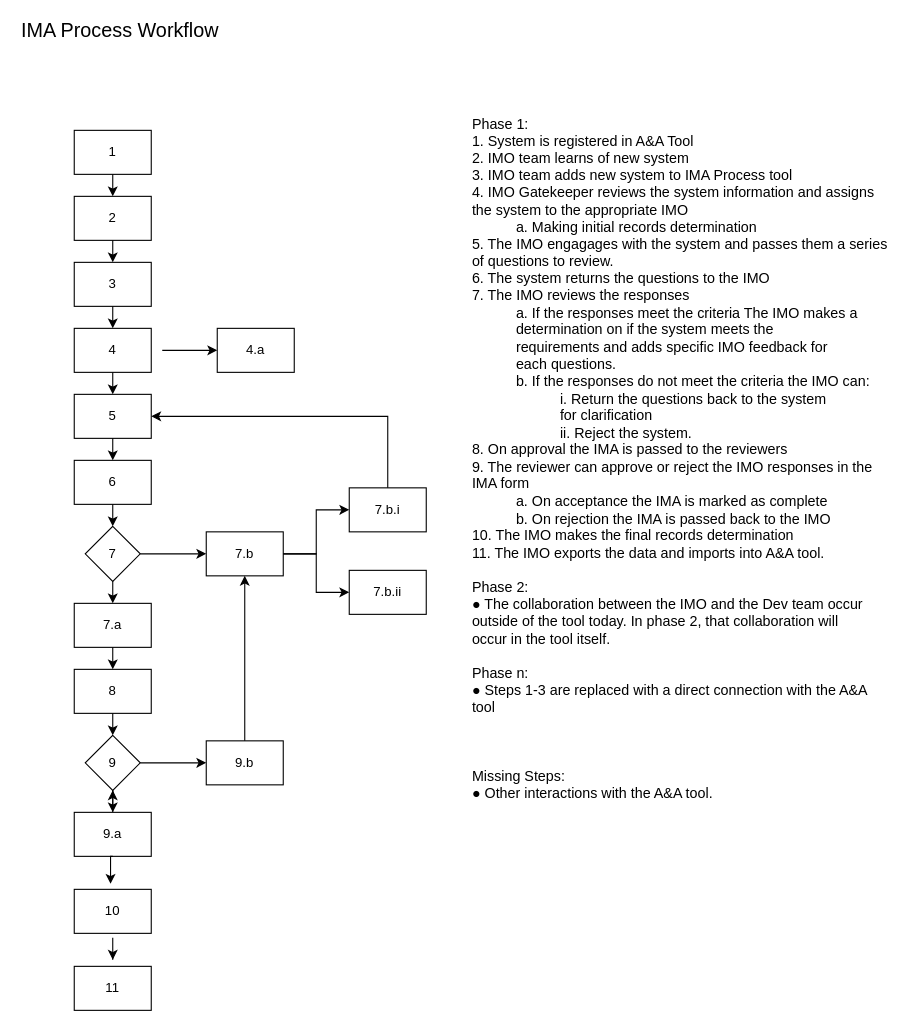
Earlier version of the draw.io diagram Drawings/IMA Process/IMA Process.drawio (flare891/rmslow). Source tidied: cells renumbered, new cells numbered last; positions are measured from the earlier drawing's top-left corner, leaving out a move shared by most shapes. Both pictures are drawn from the tidied source at 110%, with x=0, y=0 at pixel (19, 20).
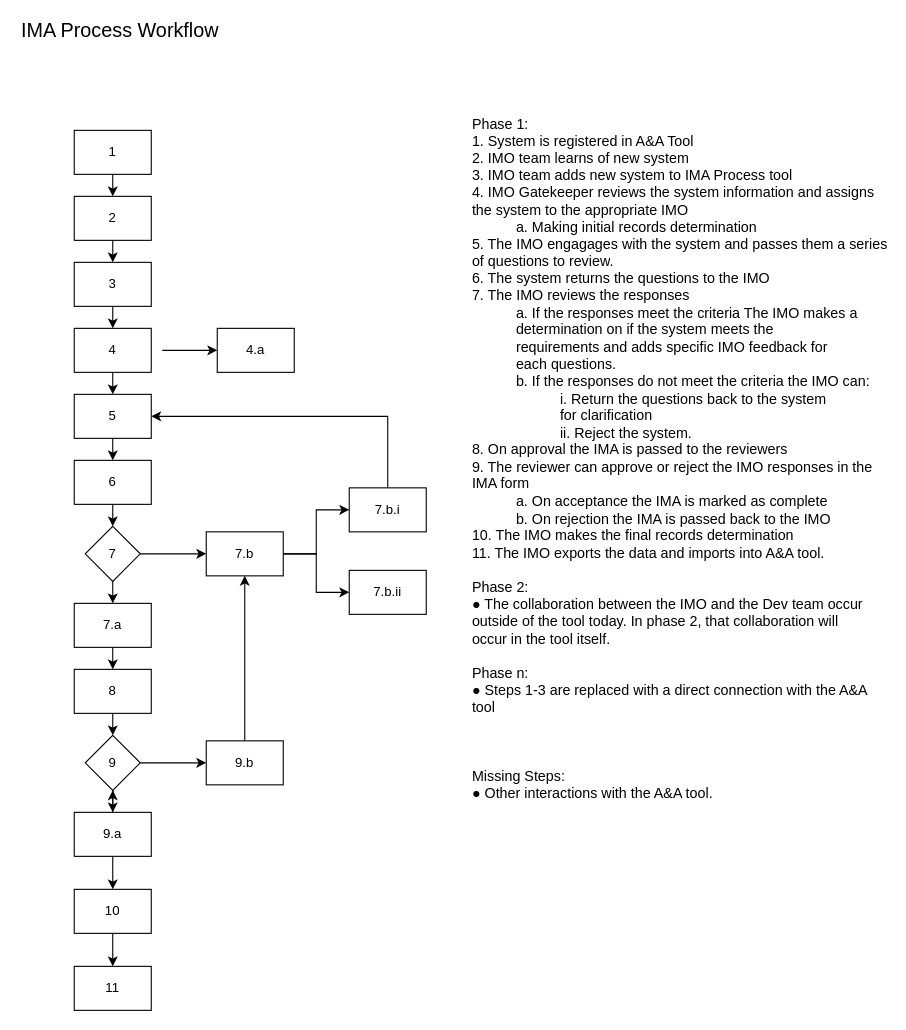
The same diagram, later.

Unchanged cells that the change refers to:
```xml
<mxCell id="23" value="9.a" style="rounded=0;whiteSpace=wrap;html=1;" parent="1" vertex="1">
  <mxGeometry x="50" y="720" width="70" height="40" as="geometry" />
</mxCell>
<mxCell id="40" value="10" style="rounded=0;whiteSpace=wrap;html=1;" parent="1" vertex="1">
  <mxGeometry x="50" y="790" width="70" height="40" as="geometry" />
</mxCell>
<mxCell id="41" value="11" style="rounded=0;whiteSpace=wrap;html=1;" parent="1" vertex="1">
  <mxGeometry x="50" y="860" width="70" height="40" as="geometry" />
</mxCell>
```

What changed in the source:
```diff
@@
+    <mxCell id="42" style="edgeStyle=orthogonalEdgeStyle;rounded=0;jettySize=auto;html=1;exitX=0.5;exitY=1;exitDx=0;exitDy=0;entryX=0.5;entryY=0;entryDx=0;entryDy=0;" parent="1" edge="1" source="23" target="40">
+      <mxGeometry relative="1" as="geometry" />
+    </mxCell>
@@
-    <mxCell id="38" style="edgeStyle=orthogonalEdgeStyle;rounded=0;orthogonalLoop=1;jettySize=auto;html=1;" parent="1" edge="1">
-      <mxGeometry relative="1" as="geometry">
-        <mxPoint x="85" y="854" as="sourcePoint" />
-        <mxPoint x="85" y="854" as="targetPoint" />
-        <Array as="points">
-          <mxPoint x="84.5" y="834" />
-          <mxPoint x="84.5" y="834" />
-        </Array>
-      </mxGeometry>
-    </mxCell>
-    <mxCell id="39" style="edgeStyle=orthogonalEdgeStyle;rounded=0;jettySize=auto;html=1;exitX=0.5;exitY=1;exitDx=0;exitDy=0;" parent="1" edge="1" source="23">
-      <mxGeometry relative="1" as="geometry">
-        <mxPoint x="83" y="785" as="targetPoint" />
-      </mxGeometry>
-    </mxCell>
+    <mxCell id="43" style="edgeStyle=orthogonalEdgeStyle;rounded=0;jettySize=auto;html=1;exitX=0.5;exitY=1;exitDx=0;exitDy=0;" parent="1" edge="1" source="40" target="41">
+      <mxGeometry relative="1" as="geometry" />
+    </mxCell>
```
